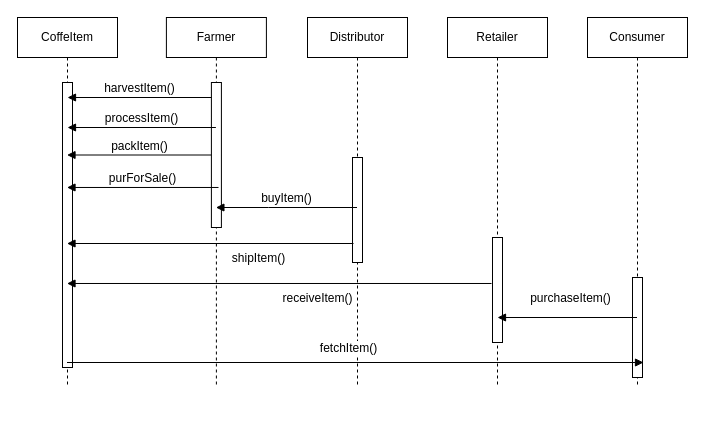
Before: page "Sequence Diagram" (3 of 5) of documentation/CoffeBean.drawio in IsmaelB83/CoffeBeanChain, a draw.io diagram. Source tidied: cells renumbered, new cells numbered last; positions are measured from the earlier drawing's top-left corner, leaving out a move shared by most shapes. Both pictures are drawn from the tidied source at 100%, with x=0, y=0 at pixel (17, 17).
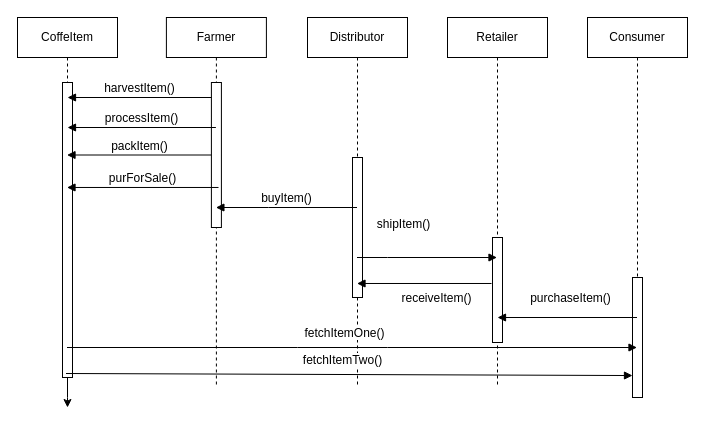
Above is the later version.

The change refers to these unchanged cells:
```xml
<mxCell id="2" value="CoffeItem" style="shape=umlLifeline;perimeter=lifelinePerimeter;whiteSpace=wrap;html=1;outlineConnect=0;fontSize=12;" parent="1" vertex="1">
  <mxGeometry width="100" height="370" as="geometry" />
</mxCell>
<mxCell id="6" value="Distributor" style="shape=umlLifeline;perimeter=lifelinePerimeter;whiteSpace=wrap;html=1;outlineConnect=0;fontSize=12;" parent="1" vertex="1">
  <mxGeometry x="290" width="100" height="370" as="geometry" />
</mxCell>
<mxCell id="8" value="Retailer" style="shape=umlLifeline;perimeter=lifelinePerimeter;whiteSpace=wrap;html=1;outlineConnect=0;fontSize=12;" parent="1" vertex="1">
  <mxGeometry x="430" width="100" height="370" as="geometry" />
</mxCell>
<mxCell id="9" style="html=1;points=[];perimeter=orthogonalPerimeter;fontSize=12;" parent="8" vertex="1">
  <mxGeometry x="45" y="220" width="10" height="105" as="geometry" />
</mxCell>
<mxCell id="10" value="Consumer" style="shape=umlLifeline;perimeter=lifelinePerimeter;whiteSpace=wrap;html=1;outlineConnect=0;fontSize=12;" parent="1" vertex="1">
  <mxGeometry x="570" width="100" height="370" as="geometry" />
</mxCell>
```

The edit, as a diff of the source:
```diff
@@
     <mxCell id="3" style="html=1;points=[];perimeter=orthogonalPerimeter;fontSize=12;" parent="2" vertex="1">
-      <mxGeometry x="45" y="65" width="10" height="285" as="geometry" />
+      <mxGeometry x="45" y="65" width="10" height="295" as="geometry" />
     </mxCell>
@@
     <mxCell id="7" style="html=1;points=[];perimeter=orthogonalPerimeter;fontSize=12;" parent="6" vertex="1">
-      <mxGeometry x="45" y="140" width="10" height="105" as="geometry" />
+      <mxGeometry x="45" y="140" width="10" height="140" as="geometry" />
     </mxCell>
+    <mxCell id="21" value="fetchItemTwo()" style="html=1;verticalAlign=bottom;endArrow=block;rounded=0;fontSize=12;entryX=0;entryY=0.817;entryDx=0;entryDy=0;entryPerimeter=0;" parent="6" edge="1" target="18">
+      <mxGeometry x="-0.03" y="5" relative="1" as="geometry">
+        <mxPoint x="-241.5" y="356" as="sourcePoint" />
+        <mxPoint x="1" as="offset" />
+      </mxGeometry>
+    </mxCell>
@@
-    <mxCell id="16" value="shipItem()" style="html=1;verticalAlign=bottom;endArrow=block;rounded=0;fontSize=12;exitX=0.1;exitY=0.819;exitDx=0;exitDy=0;exitPerimeter=0;" parent="1" edge="1" source="7" target="2">
-      <mxGeometry x="-0.34" y="24" relative="1" as="geometry" />
+    <mxCell id="16" value="shipItem()" style="html=1;verticalAlign=bottom;endArrow=block;rounded=0;fontSize=12;" parent="1" edge="1" source="6" target="8">
+      <mxGeometry x="-0.34" y="24" relative="1" as="geometry">
+        <Array as="points">
+          <mxPoint x="370" y="240" />
+        </Array>
+      </mxGeometry>
     </mxCell>
-    <mxCell id="17" value="receiveItem()" style="html=1;verticalAlign=bottom;endArrow=block;rounded=0;fontSize=12;exitX=-0.1;exitY=0.438;exitDx=0;exitDy=0;exitPerimeter=0;" parent="1" edge="1" source="9" target="2">
+    <mxCell id="17" value="receiveItem()" style="html=1;verticalAlign=bottom;endArrow=block;rounded=0;fontSize=12;exitX=-0.1;exitY=0.438;exitDx=0;exitDy=0;exitPerimeter=0;" parent="1" edge="1" source="9" target="6">
       <mxGeometry x="-0.18" y="24" relative="1" as="geometry" />
     </mxCell>
     <mxCell id="18" style="html=1;points=[];perimeter=orthogonalPerimeter;fontSize=12;" parent="1" vertex="1">
-      <mxGeometry x="615" y="260" width="10" height="100" as="geometry" />
+      <mxGeometry x="615" y="260" width="10" height="120" as="geometry" />
     </mxCell>
@@
-    <mxCell id="20" value="fetchItem()" style="html=1;verticalAlign=bottom;endArrow=block;rounded=0;fontSize=12;entryX=1.1;entryY=0.85;entryDx=0;entryDy=0;entryPerimeter=0;" parent="1" edge="1" source="2" target="18">
+    <mxCell id="20" value="fetchItemOne()" style="html=1;verticalAlign=bottom;endArrow=block;rounded=0;fontSize=12;" parent="1" edge="1" source="2" target="10">
       <mxGeometry x="-0.03" y="5" relative="1" as="geometry">
+        <Array as="points">
+          <mxPoint x="280" y="330" />
+          <mxPoint x="370" y="330" />
+        </Array>
         <mxPoint x="1" as="offset" />
       </mxGeometry>
     </mxCell>
+    <mxCell id="22" style="edgeStyle=orthogonalEdgeStyle;rounded=0;jettySize=auto;html=1;" parent="1" edge="1" source="3">
+      <mxGeometry relative="1" as="geometry">
+        <mxPoint x="50" y="390" as="targetPoint" />
+      </mxGeometry>
+    </mxCell>
```
